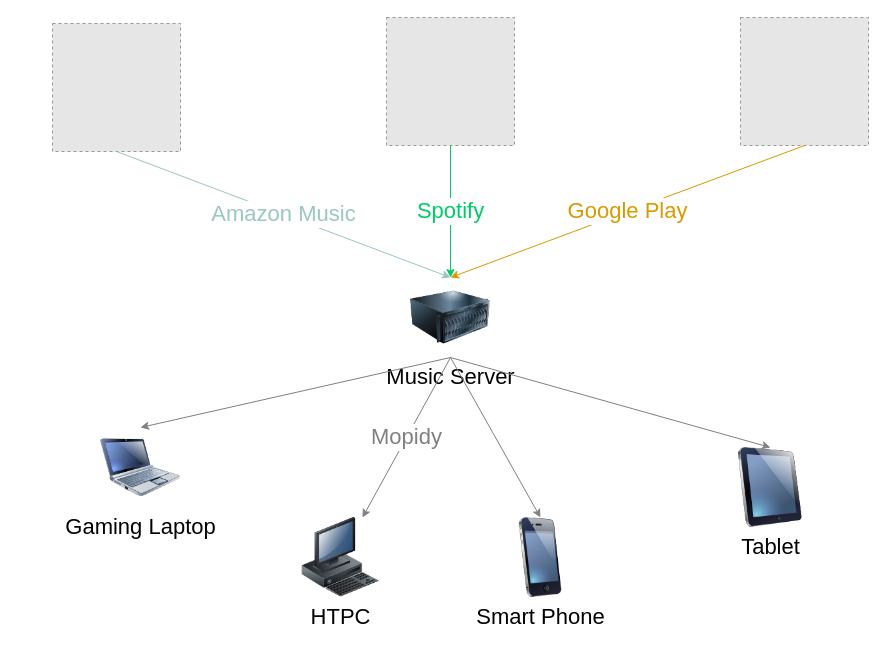
Before: Music Streaming Service.drawio in syedrali/architecture, a draw.io diagram. Source tidied: cells renumbered, new cells numbered last; positions are measured from the earlier drawing's top-left corner, leaving out a move shared by most shapes. Both pictures are drawn from the tidied source at 100%, with x=0, y=0 at pixel (52, 17). Pictures stored in the file or linked from it are replaced by grey dashed boxes.
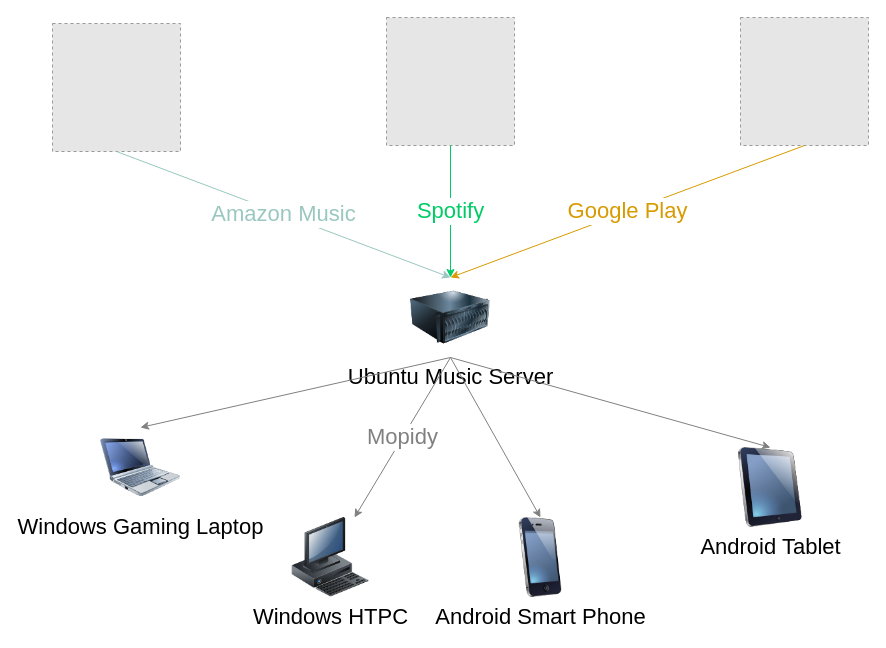
After the change.

Commit message (it also covers changes not shown here):
Updated music streaming service diagram to show more implementation details.

Diff of the diagram source:
```diff
@@
 <mxGraphModel background="#ffffff">
   <root>
     <mxCell id="0" />
     <mxCell id="1" parent="0" />
-    <mxCell id="2" value="Tablet" style="image;html=1;labelBackgroundColor=#ffffff;image=img/lib/clip_art/computers/iPad_128x128.png;rounded=1;shadow=0;comic=0;strokeColor=#000000;strokeWidth=2;fillColor=#FFFFFF;fontSize=22;fontColor=#000000;" parent="1" vertex="1">
+    <mxCell id="2" value="Android Tablet&lt;br&gt;" style="image;html=1;labelBackgroundColor=#ffffff;image=img/lib/clip_art/computers/iPad_128x128.png;rounded=1;shadow=0;comic=0;strokeColor=#000000;strokeWidth=2;fillColor=#FFFFFF;fontSize=22;fontColor=#000000;" parent="1" vertex="1">
       <mxGeometry x="678" y="430" width="80" height="80" as="geometry" />
     </mxCell>
-    <mxCell id="3" value="HTPC" style="image;html=1;labelBackgroundColor=#ffffff;image=img/lib/clip_art/computers/Workstation_128x128.png;rounded=1;shadow=0;comic=0;strokeColor=#000000;strokeWidth=2;fillColor=#FFFFFF;fontSize=22;fontColor=#000000;" parent="1" vertex="1">
-      <mxGeometry x="248" y="500" width="80" height="80" as="geometry" />
+    <mxCell id="3" value="Windows HTPC" style="image;html=1;labelBackgroundColor=#ffffff;image=img/lib/clip_art/computers/Workstation_128x128.png;rounded=1;shadow=0;comic=0;strokeColor=#000000;strokeWidth=2;fillColor=#FFFFFF;fontSize=22;fontColor=#000000;" parent="1" vertex="1">
+      <mxGeometry x="238" y="500" width="80" height="80" as="geometry" />
     </mxCell>
-    <mxCell id="4" value="Smart Phone" style="image;html=1;labelBackgroundColor=#ffffff;image=img/lib/clip_art/telecommunication/iPhone_128x128.png;rounded=1;shadow=0;comic=0;strokeColor=#000000;strokeWidth=2;fillColor=#FFFFFF;fontSize=22;fontColor=#000000;" parent="1" vertex="1">
+    <mxCell id="4" value="Android Smart Phone" style="image;html=1;labelBackgroundColor=#ffffff;image=img/lib/clip_art/telecommunication/iPhone_128x128.png;rounded=1;shadow=0;comic=0;strokeColor=#000000;strokeWidth=2;fillColor=#FFFFFF;fontSize=22;fontColor=#000000;" parent="1" vertex="1">
       <mxGeometry x="448" y="500" width="80" height="80" as="geometry" />
     </mxCell>
-    <mxCell id="5" value="Gaming Laptop" style="image;html=1;labelBackgroundColor=#ffffff;image=img/lib/clip_art/computers/Netbook_128x128.png;rounded=1;shadow=0;comic=0;strokeColor=#000000;strokeWidth=2;fillColor=#FFFFFF;fontSize=22;fontColor=#000000;" parent="1" vertex="1">
+    <mxCell id="5" value="Windows Gaming Laptop" style="image;html=1;labelBackgroundColor=#ffffff;image=img/lib/clip_art/computers/Netbook_128x128.png;rounded=1;shadow=0;comic=0;strokeColor=#000000;strokeWidth=2;fillColor=#FFFFFF;fontSize=22;fontColor=#000000;" parent="1" vertex="1">
       <mxGeometry x="48" y="410" width="80" height="80" as="geometry" />
     </mxCell>
-    <mxCell id="6" value="&lt;font style=&quot;font-size: 22px&quot;&gt;Music Server&lt;/font&gt;" style="image;html=1;labelBackgroundColor=#ffffff;image=img/lib/clip_art/computers/Server_128x128.png;" parent="1" vertex="1">
+    <mxCell id="6" value="&lt;font style=&quot;font-size: 22px&quot;&gt;Ubuntu Music Server&lt;br&gt;&lt;/font&gt;" style="image;html=1;labelBackgroundColor=#ffffff;image=img/lib/clip_art/computers/Server_128x128.png;" parent="1" vertex="1">
       <mxGeometry x="358" y="260" width="80" height="80" as="geometry" />
     </mxCell>
     <mxCell id="7" style="endArrow=classic;html=1;entryX=0.5;entryY=0;entryDx=0;entryDy=0;exitX=0.5;exitY=1;exitDx=0;exitDy=0;fontColor=#999999;strokeColor=#808080;" parent="1" edge="1" source="6" target="5">
       <mxGeometry relative="1" as="geometry" />
     </mxCell>
     <mxCell id="8" value="&lt;font style=&quot;font-size: 22px&quot;&gt;Mopidy&lt;/font&gt;" style="endArrow=classic;html=1;exitX=0.5;exitY=1;exitDx=0;exitDy=0;fontColor=#808080;strokeColor=#808080;" parent="1" edge="1" source="6" target="3">
       <mxGeometry relative="1" as="geometry" />
     </mxCell>
     <mxCell id="9" style="endArrow=classic;html=1;entryX=0.5;entryY=0;entryDx=0;entryDy=0;fontColor=#999999;strokeColor=#808080;" parent="1" edge="1" target="4">
       <mxGeometry relative="1" as="geometry">
         <mxPoint x="398" y="340" as="sourcePoint" />
       </mxGeometry>
     </mxCell>
     <mxCell id="10" style="endArrow=classic;html=1;entryX=0.5;entryY=0;entryDx=0;entryDy=0;exitX=0.5;exitY=1;exitDx=0;exitDy=0;fontColor=#999999;strokeColor=#808080;" parent="1" edge="1" source="6" target="2">
       <mxGeometry relative="1" as="geometry" />
     </mxCell>
     <mxCell id="11" value="&lt;br&gt;" style="fillColor=#E6E6E6;strokeColor=#999999;dashed=1;html=1;verticalAlign=top;verticalLabelPosition=bottom;labelBackgroundColor=#ffffff;fontColor=#00CC66;fontSize=22;" parent="1" vertex="1">
       <mxGeometry x="334" width="128" height="128" as="geometry" />
     </mxCell>
     <mxCell id="12" value="&lt;font style=&quot;font-size: 22px&quot;&gt;Spotify&lt;br&gt;&lt;/font&gt;" style="endArrow=classic;html=1;fontColor=#00CC66;strokeColor=#00CC66;exitX=0.5;exitY=1;exitDx=0;exitDy=0;" parent="1" edge="1" source="11" target="6">
       <mxGeometry relative="1" as="geometry" />
     </mxCell>
     <mxCell id="13" style="fillColor=#E6E6E6;strokeColor=#999999;dashed=1;html=1;verticalAlign=top;verticalLabelPosition=bottom;labelBackgroundColor=#ffffff;fontSize=22;fontColor=#00CC66;" parent="1" vertex="1">
       <mxGeometry x="688" width="128" height="128" as="geometry" />
     </mxCell>
     <mxCell id="14" value="Google Play" style="endArrow=classic;html=1;entryX=0.5;entryY=0;entryDx=0;entryDy=0;fontColor=#D79B00;strokeColor=#D79B00;exitX=0.5;exitY=1;exitDx=0;exitDy=0;fillColor=#ffe6cc;fontSize=22;" parent="1" edge="1" source="13" target="6">
       <mxGeometry relative="1" as="geometry" />
     </mxCell>
     <mxCell id="15" style="fillColor=#E6E6E6;strokeColor=#999999;dashed=1;html=1;verticalAlign=top;verticalLabelPosition=bottom;labelBackgroundColor=#ffffff;fontSize=22;fontColor=#D79B00;" parent="1" vertex="1">
       <mxGeometry y="6" width="128" height="128" as="geometry" />
     </mxCell>
     <mxCell id="16" value="&lt;font color=&quot;#9ac7bf&quot;&gt;Amazon Music&lt;/font&gt;" style="endArrow=classic;html=1;entryX=0.5;entryY=0;entryDx=0;entryDy=0;fontColor=#D79B00;strokeColor=#9AC7BF;exitX=0.5;exitY=1;exitDx=0;exitDy=0;fillColor=#ffe6cc;fontSize=22;" parent="1" edge="1" source="15" target="6">
       <mxGeometry relative="1" as="geometry" />
     </mxCell>
   </root>
 </mxGraphModel>
```
